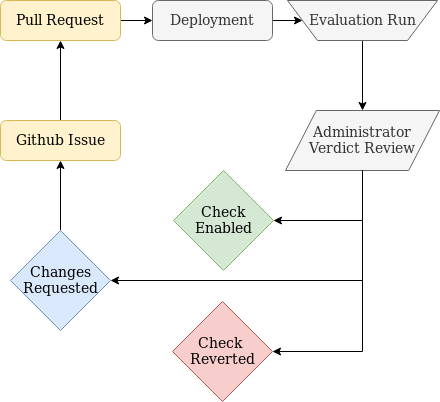
Earlier version of the draw.io export docs/_static/check-lifecycle.png (pypi/warehouse). Source tidied: cells renumbered, new cells last; positions are measured from the earlier drawing's top-left corner, leaving out a move shared by most shapes. Source of this version:
```xml
<mxGraphModel>
  <root>
    <mxCell id="0" />
    <mxCell id="1" parent="0" />
    <mxCell id="2" style="edgeStyle=orthogonalEdgeStyle;rounded=0;jettySize=auto;html=1;endArrow=classic;endFill=1;fontSize=14;" parent="1" edge="1" source="3" target="5">
      <mxGeometry relative="1" as="geometry" />
    </mxCell>
    <mxCell id="3" value="Github Issue" style="rounded=1;whiteSpace=wrap;html=1;fontSize=14;glass=0;strokeWidth=1;shadow=0;fillColor=#fff2cc;strokeColor=#d6b656;" parent="1" vertex="1">
      <mxGeometry y="120" width="120" height="40" as="geometry" />
    </mxCell>
    <mxCell id="4" style="edgeStyle=orthogonalEdgeStyle;rounded=0;jettySize=auto;html=1;endArrow=classic;endFill=1;fontSize=14;entryX=0;entryY=0.5;entryDx=0;entryDy=0;" parent="1" edge="1" source="5" target="15">
      <mxGeometry relative="1" as="geometry" />
    </mxCell>
    <mxCell id="5" value="Pull Request" style="rounded=1;whiteSpace=wrap;html=1;fontSize=14;glass=0;strokeWidth=1;shadow=0;fillColor=#fff2cc;strokeColor=#d6b656;" parent="1" vertex="1">
      <mxGeometry width="120" height="40" as="geometry" />
    </mxCell>
    <mxCell id="6" style="edgeStyle=orthogonalEdgeStyle;rounded=0;jettySize=auto;html=1;entryX=1;entryY=0.5;entryDx=0;entryDy=0;" parent="1" edge="1" source="7" target="11">
      <mxGeometry relative="1" as="geometry">
        <Array as="points">
          <mxPoint x="362" y="220" />
          <mxPoint x="273" y="220" />
        </Array>
      </mxGeometry>
    </mxCell>
    <mxCell id="7" value="Administrator Verdict Review" style="shape=parallelogram;perimeter=parallelogramPerimeter;whiteSpace=wrap;html=1;fontSize=14;fillColor=#f5f5f5;strokeColor=#666666;fontColor=#333333;" parent="1" vertex="1">
      <mxGeometry x="285" y="110" width="154" height="60" as="geometry" />
    </mxCell>
    <mxCell id="8" style="edgeStyle=orthogonalEdgeStyle;rounded=0;jettySize=auto;html=1;endArrow=classic;endFill=1;fontSize=14;exitX=0.5;exitY=0;exitDx=0;exitDy=0;" parent="1" edge="1" source="13" target="7">
      <mxGeometry relative="1" as="geometry" />
    </mxCell>
    <mxCell id="9" style="edgeStyle=orthogonalEdgeStyle;rounded=0;jettySize=auto;html=1;" parent="1" edge="1" source="10" target="3">
      <mxGeometry relative="1" as="geometry" />
    </mxCell>
    <mxCell id="10" value="Changes Requested" style="rhombus;whiteSpace=wrap;html=1;fontSize=14;fillColor=#dae8fc;strokeColor=#6c8ebf;" parent="1" vertex="1">
      <mxGeometry x="10" y="230" width="100" height="100" as="geometry" />
    </mxCell>
    <mxCell id="11" value="Check Enabled" style="rhombus;whiteSpace=wrap;html=1;fontSize=14;fillColor=#d5e8d4;strokeColor=#82b366;" parent="1" vertex="1">
      <mxGeometry x="173" y="170" width="100" height="100" as="geometry" />
    </mxCell>
    <mxCell id="12" value="Check&amp;nbsp; Reverted" style="rhombus;whiteSpace=wrap;html=1;fontSize=14;fillColor=#f8cecc;strokeColor=#b85450;" parent="1" vertex="1">
      <mxGeometry x="172" y="301" width="100" height="100" as="geometry" />
    </mxCell>
    <mxCell id="13" value="Evaluation Run" style="shape=trapezoid;perimeter=trapezoidPerimeter;whiteSpace=wrap;html=1;fontSize=14;direction=west;fillColor=#f5f5f5;strokeColor=#666666;fontColor=#333333;" parent="1" vertex="1">
      <mxGeometry x="287" width="150" height="40" as="geometry" />
    </mxCell>
    <mxCell id="14" style="edgeStyle=orthogonalEdgeStyle;rounded=0;jettySize=auto;html=1;endArrow=classic;endFill=1;fontSize=14;" parent="1" edge="1" source="15" target="13">
      <mxGeometry relative="1" as="geometry" />
    </mxCell>
    <mxCell id="15" value="Deployment" style="rounded=1;whiteSpace=wrap;html=1;fontSize=14;glass=0;strokeWidth=1;shadow=0;fillColor=#f5f5f5;strokeColor=#666666;fontColor=#333333;" parent="1" vertex="1">
      <mxGeometry x="152" width="120" height="40" as="geometry" />
    </mxCell>
    <mxCell id="16" style="endArrow=classic;html=1;entryX=1;entryY=0.5;entryDx=0;entryDy=0;exitX=0.5;exitY=1;exitDx=0;exitDy=0;rounded=0;" parent="1" edge="1" source="7" target="12">
      <mxGeometry relative="1" as="geometry">
        <Array as="points">
          <mxPoint x="362" y="270" />
          <mxPoint x="362" y="351" />
        </Array>
      </mxGeometry>
    </mxCell>
    <mxCell id="17" style="endArrow=classic;html=1;strokeColor=#000000;exitX=0.5;exitY=1;exitDx=0;exitDy=0;entryX=1;entryY=0.5;entryDx=0;entryDy=0;rounded=0;" parent="1" edge="1" source="7" target="10">
      <mxGeometry relative="1" as="geometry">
        <Array as="points">
          <mxPoint x="362" y="280" />
        </Array>
      </mxGeometry>
    </mxCell>
  </root>
</mxGraphModel>
```
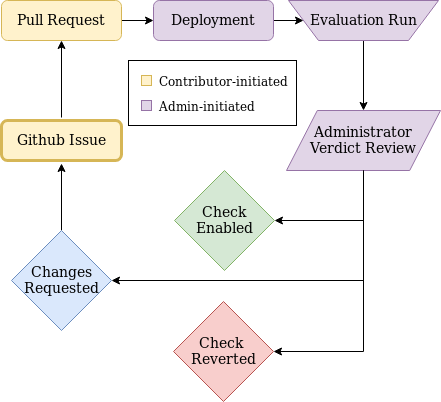
The same diagram one commit later.

Commit message:
Code review changes

Diff of the diagram source:
```diff
@@ -2,10 +2,13 @@
   <root>
     <mxCell id="0" />
     <mxCell id="1" parent="0" />
+    <mxCell id="18" style="rounded=0;whiteSpace=wrap;html=1;" parent="1" vertex="1">
+      <mxGeometry x="127" y="60" width="168" height="65" as="geometry" />
+    </mxCell>
     <mxCell id="2" style="edgeStyle=orthogonalEdgeStyle;rounded=0;jettySize=auto;html=1;endArrow=classic;endFill=1;fontSize=14;" parent="1" edge="1" source="3" target="5">
       <mxGeometry relative="1" as="geometry" />
     </mxCell>
-    <mxCell id="3" value="Github Issue" style="rounded=1;whiteSpace=wrap;html=1;fontSize=14;glass=0;strokeWidth=1;shadow=0;fillColor=#fff2cc;strokeColor=#d6b656;" parent="1" vertex="1">
+    <mxCell id="3" value="Github Issue" style="rounded=1;whiteSpace=wrap;html=1;fontSize=14;glass=0;strokeWidth=3;shadow=0;fillColor=#fff2cc;strokeColor=#d6b656;perimeterSpacing=3;" parent="1" vertex="1">
       <mxGeometry y="120" width="120" height="40" as="geometry" />
     </mxCell>
     <mxCell id="4" style="edgeStyle=orthogonalEdgeStyle;rounded=0;jettySize=auto;html=1;endArrow=classic;endFill=1;fontSize=14;entryX=0;entryY=0.5;entryDx=0;entryDy=0;" parent="1" edge="1" source="5" target="15">
@@ -22,7 +25,7 @@
         </Array>
       </mxGeometry>
     </mxCell>
-    <mxCell id="7" value="Administrator Verdict Review" style="shape=parallelogram;perimeter=parallelogramPerimeter;whiteSpace=wrap;html=1;fontSize=14;fillColor=#f5f5f5;strokeColor=#666666;fontColor=#333333;" parent="1" vertex="1">
+    <mxCell id="7" value="Administrator Verdict Review" style="shape=parallelogram;perimeter=parallelogramPerimeter;whiteSpace=wrap;html=1;fontSize=14;fillColor=#e1d5e7;strokeColor=#9673a6;" parent="1" vertex="1">
       <mxGeometry x="285" y="110" width="154" height="60" as="geometry" />
     </mxCell>
     <mxCell id="8" style="edgeStyle=orthogonalEdgeStyle;rounded=0;jettySize=auto;html=1;endArrow=classic;endFill=1;fontSize=14;exitX=0.5;exitY=0;exitDx=0;exitDy=0;" parent="1" edge="1" source="13" target="7">
@@ -40,13 +43,13 @@
     <mxCell id="12" value="Check&amp;nbsp; Reverted" style="rhombus;whiteSpace=wrap;html=1;fontSize=14;fillColor=#f8cecc;strokeColor=#b85450;" parent="1" vertex="1">
       <mxGeometry x="172" y="301" width="100" height="100" as="geometry" />
     </mxCell>
-    <mxCell id="13" value="Evaluation Run" style="shape=trapezoid;perimeter=trapezoidPerimeter;whiteSpace=wrap;html=1;fontSize=14;direction=west;fillColor=#f5f5f5;strokeColor=#666666;fontColor=#333333;" parent="1" vertex="1">
+    <mxCell id="13" value="Evaluation Run" style="shape=trapezoid;perimeter=trapezoidPerimeter;whiteSpace=wrap;html=1;fontSize=14;direction=west;fillColor=#e1d5e7;strokeColor=#9673a6;" parent="1" vertex="1">
       <mxGeometry x="287" width="150" height="40" as="geometry" />
     </mxCell>
     <mxCell id="14" style="edgeStyle=orthogonalEdgeStyle;rounded=0;jettySize=auto;html=1;endArrow=classic;endFill=1;fontSize=14;" parent="1" edge="1" source="15" target="13">
       <mxGeometry relative="1" as="geometry" />
     </mxCell>
-    <mxCell id="15" value="Deployment" style="rounded=1;whiteSpace=wrap;html=1;fontSize=14;glass=0;strokeWidth=1;shadow=0;fillColor=#f5f5f5;strokeColor=#666666;fontColor=#333333;" parent="1" vertex="1">
+    <mxCell id="15" value="Deployment" style="rounded=1;whiteSpace=wrap;html=1;fontSize=14;glass=0;strokeWidth=1;shadow=0;fillColor=#e1d5e7;strokeColor=#9673a6;" parent="1" vertex="1">
       <mxGeometry x="152" width="120" height="40" as="geometry" />
     </mxCell>
     <mxCell id="16" style="endArrow=classic;html=1;entryX=1;entryY=0.5;entryDx=0;entryDy=0;exitX=0.5;exitY=1;exitDx=0;exitDy=0;rounded=0;" parent="1" edge="1" source="7" target="12">
@@ -64,5 +67,17 @@
         </Array>
       </mxGeometry>
     </mxCell>
+    <mxCell id="19" style="whiteSpace=wrap;html=1;fillColor=#e1d5e7;strokeColor=#9673a6;" parent="1" vertex="1">
+      <mxGeometry x="140" y="100" width="10" height="10" as="geometry" />
+    </mxCell>
+    <mxCell id="20" style="whiteSpace=wrap;html=1;fillColor=#fff2cc;strokeColor=#d6b656;" parent="1" vertex="1">
+      <mxGeometry x="140" y="75" width="10" height="10" as="geometry" />
+    </mxCell>
+    <mxCell id="21" value="Contributor-initiated" style="text;html=1;strokeColor=none;fillColor=none;align=center;verticalAlign=middle;whiteSpace=wrap;rounded=0;" parent="1" vertex="1">
+      <mxGeometry x="142" y="80" width="160" as="geometry" />
+    </mxCell>
+    <mxCell id="22" value="Admin-initiated" style="text;html=1;strokeColor=none;fillColor=none;align=center;verticalAlign=middle;whiteSpace=wrap;rounded=0;" parent="1" vertex="1">
+      <mxGeometry x="126" y="105" width="160" as="geometry" />
+    </mxCell>
   </root>
 </mxGraphModel>
```
